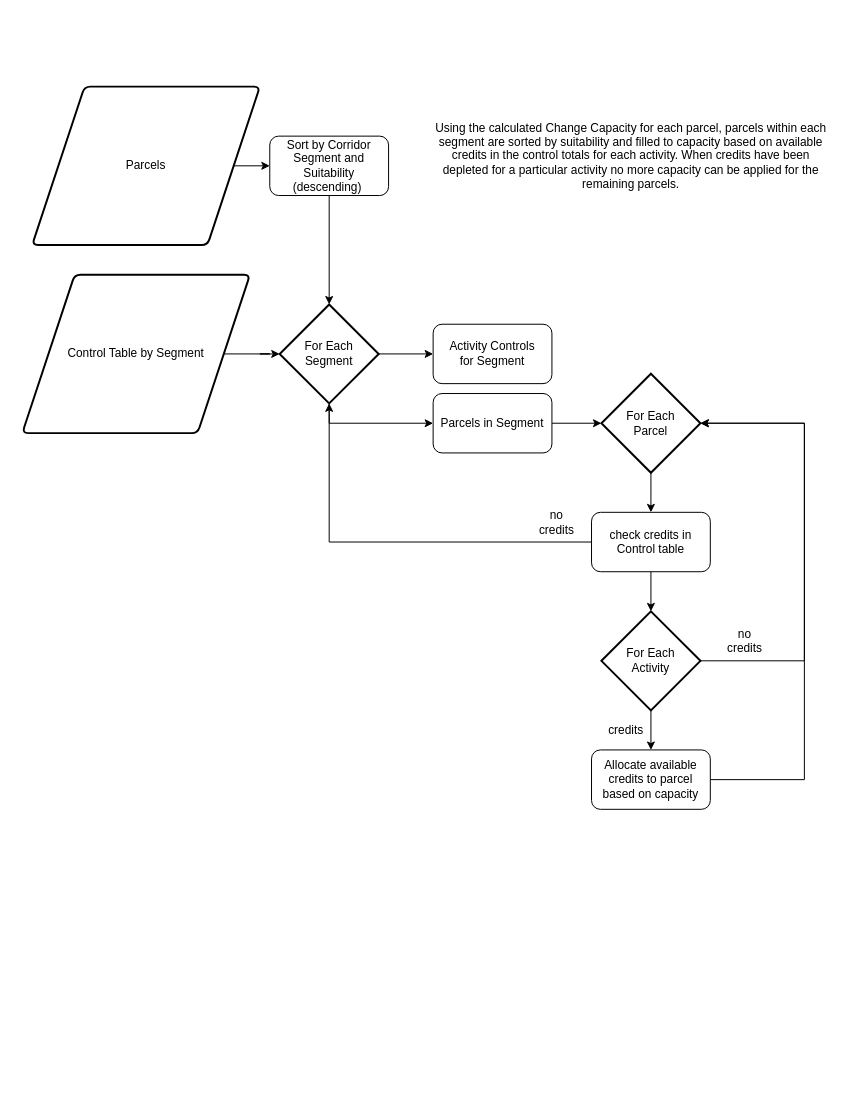
Earlier version of the draw.io diagram page "Allocation" (4 of 4) of AllocationProcess.drawio (renaissanceplanning/LCBRT_TOD). Source tidied: cells renumbered, new cells numbered last; positions are measured from the earlier drawing's top-left corner, leaving out a move shared by most shapes. Both pictures are drawn from the tidied source at 99%, with x=0, y=0 at pixel (22, 86).
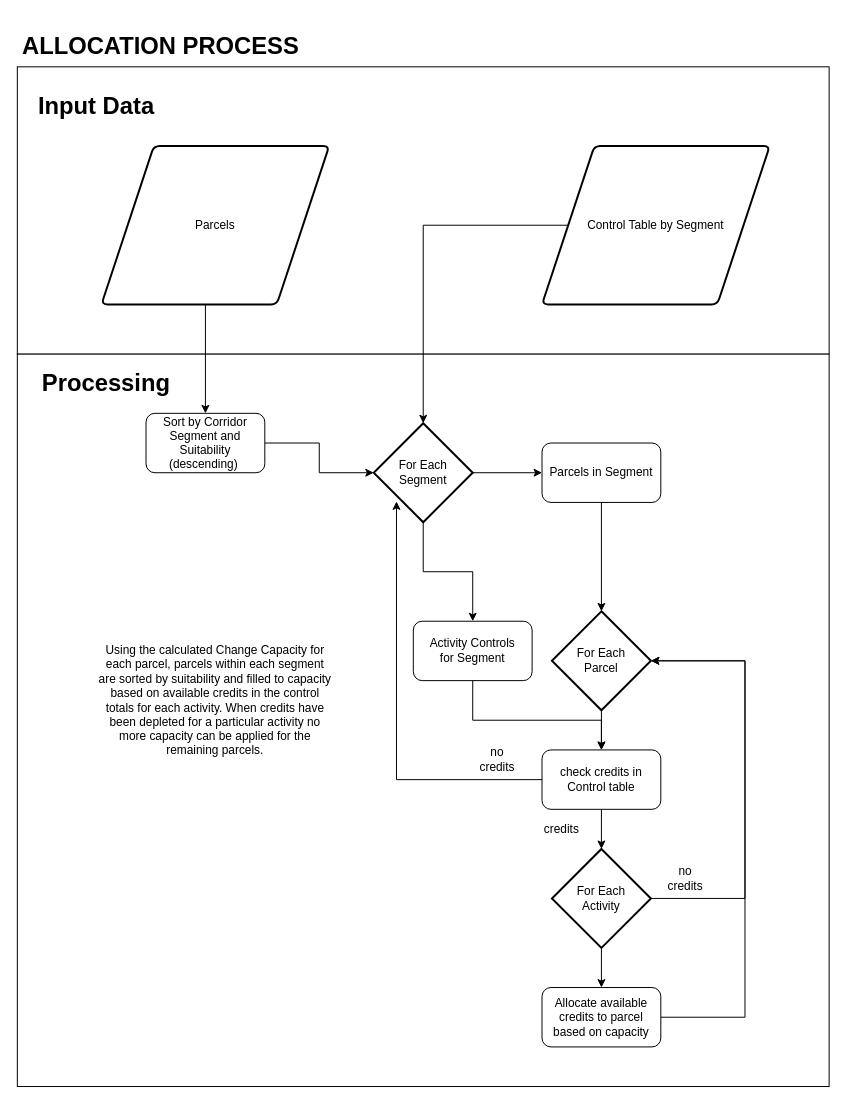
After the change.

Change to the diagram source:
```diff
@@
+    <mxCell id="28" style="rounded=0;whiteSpace=wrap;html=1;" parent="1" vertex="1">
+      <mxGeometry x="-5" y="270" width="820" height="740" as="geometry" />
+    </mxCell>
+    <mxCell id="29" style="rounded=0;whiteSpace=wrap;html=1;" parent="1" vertex="1">
+      <mxGeometry x="-5" y="-20" width="820" height="290" as="geometry" />
+    </mxCell>
+    <mxCell id="30" value="&lt;h1&gt;Input Data&lt;/h1&gt;" style="text;html=1;strokeColor=none;fillColor=none;align=center;verticalAlign=middle;whiteSpace=wrap;rounded=0;" parent="1" vertex="1">
+      <mxGeometry x="-5" y="10" width="160" height="20" as="geometry" />
+    </mxCell>
-    <mxCell id="2" style="edgeStyle=orthogonalEdgeStyle;rounded=0;jettySize=auto;html=1;exitX=1;exitY=0.5;exitDx=0;exitDy=0;entryX=0;entryY=0.5;entryDx=0;entryDy=0;" parent="1" edge="1" source="3" target="8">
-      <mxGeometry relative="1" as="geometry" />
+    <mxCell id="2" style="edgeStyle=orthogonalEdgeStyle;rounded=0;jettySize=auto;html=1;entryX=0.5;entryY=0;entryDx=0;entryDy=0;" parent="1" edge="1" source="3" target="8">
+      <mxGeometry relative="1" as="geometry">
+        <Array as="points">
+          <mxPoint x="185" y="200" />
+          <mxPoint x="185" y="200" />
+        </Array>
+      </mxGeometry>
     </mxCell>
     <mxCell id="3" value="Parcels" style="shape=parallelogram;html=1;strokeWidth=2;perimeter=parallelogramPerimeter;whiteSpace=wrap;rounded=1;arcSize=12;size=0.23;" parent="1" vertex="1">
-      <mxGeometry x="10" width="230" height="160" as="geometry" />
+      <mxGeometry x="80" y="60" width="230" height="160" as="geometry" />
     </mxCell>
-    <mxCell id="4" style="edgeStyle=orthogonalEdgeStyle;rounded=0;jettySize=auto;html=1;exitX=1;exitY=0.5;exitDx=0;exitDy=0;entryX=0;entryY=0.5;entryDx=0;entryDy=0;entryPerimeter=0;" parent="1" edge="1" source="5" target="11">
+    <mxCell id="4" style="edgeStyle=orthogonalEdgeStyle;rounded=0;jettySize=auto;html=1;" parent="1" edge="1" source="5" target="11">
       <mxGeometry relative="1" as="geometry" />
     </mxCell>
     <mxCell id="5" value="Control Table by Segment" style="shape=parallelogram;html=1;strokeWidth=2;perimeter=parallelogramPerimeter;whiteSpace=wrap;rounded=1;arcSize=12;size=0.23;" parent="1" vertex="1">
-      <mxGeometry y="190" width="230" height="160" as="geometry" />
+      <mxGeometry x="525" y="60" width="230" height="160" as="geometry" />
     </mxCell>
     <mxCell id="6" value="Using the calculated Change Capacity for each parcel, parcels within each segment are sorted by suitability and filled to capacity based on available credits in the control totals for each activity. When credits have been depleted for a particular activity no more capacity can be applied for the remaining parcels." style="text;html=1;strokeColor=none;fillColor=none;align=center;verticalAlign=middle;whiteSpace=wrap;rounded=0;" parent="1" vertex="1">
-      <mxGeometry x="410" width="410" height="140" as="geometry" />
+      <mxGeometry x="75" y="510" width="240" height="220" as="geometry" />
     </mxCell>
@@
     <mxCell id="8" value="Sort by Corridor Segment and Suitability (descending)&amp;nbsp;" style="rounded=1;whiteSpace=wrap;html=1;" parent="1" vertex="1">
-      <mxGeometry x="250" y="50" width="120" height="60" as="geometry" />
+      <mxGeometry x="125" y="330" width="120" height="60" as="geometry" />
     </mxCell>
@@
-    <mxCell id="10" style="edgeStyle=orthogonalEdgeStyle;rounded=0;jettySize=auto;html=1;exitX=0.5;exitY=1;exitDx=0;exitDy=0;exitPerimeter=0;" parent="1" edge="1" source="11" target="14">
+    <mxCell id="10" style="edgeStyle=orthogonalEdgeStyle;rounded=0;jettySize=auto;html=1;exitX=1;exitY=0.5;exitDx=0;exitDy=0;exitPerimeter=0;entryX=0;entryY=0.5;entryDx=0;entryDy=0;" parent="1" edge="1" source="11" target="14">
       <mxGeometry relative="1" as="geometry" />
     </mxCell>
     <mxCell id="11" value="For Each Segment" style="strokeWidth=2;html=1;shape=mxgraph.flowchart.decision;whiteSpace=wrap;" parent="1" vertex="1">
-      <mxGeometry x="260" y="220" width="100" height="100" as="geometry" />
+      <mxGeometry x="355" y="340" width="100" height="100" as="geometry" />
     </mxCell>
+    <mxCell id="31" style="edgeStyle=orthogonalEdgeStyle;rounded=0;jettySize=auto;html=1;entryX=0.5;entryY=0;entryDx=0;entryDy=0;exitX=0.5;exitY=1;exitDx=0;exitDy=0;" parent="1" edge="1" source="12" target="20">
+      <mxGeometry relative="1" as="geometry">
+        <Array as="points">
+          <mxPoint x="455" y="640" />
+          <mxPoint x="585" y="640" />
+        </Array>
+      </mxGeometry>
+    </mxCell>
     <mxCell id="12" value="Activity Controls&lt;br&gt;for Segment" style="rounded=1;whiteSpace=wrap;html=1;" parent="1" vertex="1">
-      <mxGeometry x="415" y="240" width="120" height="60" as="geometry" />
+      <mxGeometry x="395" y="540" width="120" height="60" as="geometry" />
     </mxCell>
-    <mxCell id="13" style="edgeStyle=orthogonalEdgeStyle;rounded=0;jettySize=auto;html=1;exitX=1;exitY=0.5;exitDx=0;exitDy=0;entryX=0;entryY=0.5;entryDx=0;entryDy=0;entryPerimeter=0;" parent="1" edge="1" source="14" target="16">
+    <mxCell id="13" style="edgeStyle=orthogonalEdgeStyle;rounded=0;jettySize=auto;html=1;exitX=0.5;exitY=1;exitDx=0;exitDy=0;" parent="1" edge="1" source="14" target="16">
       <mxGeometry relative="1" as="geometry" />
     </mxCell>
     <mxCell id="14" value="Parcels in Segment" style="rounded=1;whiteSpace=wrap;html=1;" parent="1" vertex="1">
-      <mxGeometry x="415" y="310" width="120" height="60" as="geometry" />
+      <mxGeometry x="525" y="360" width="120" height="60" as="geometry" />
     </mxCell>
@@
     <mxCell id="16" value="For Each&lt;br&gt;Parcel" style="strokeWidth=2;html=1;shape=mxgraph.flowchart.decision;whiteSpace=wrap;" parent="1" vertex="1">
-      <mxGeometry x="585" y="290" width="100" height="100" as="geometry" />
+      <mxGeometry x="535" y="530" width="100" height="100" as="geometry" />
     </mxCell>
@@
-    <mxCell id="18" style="edgeStyle=orthogonalEdgeStyle;rounded=0;jettySize=auto;html=1;" parent="1" edge="1" source="20" target="11">
+    <mxCell id="18" style="edgeStyle=orthogonalEdgeStyle;rounded=0;jettySize=auto;html=1;entryX=0.23;entryY=0.79;entryDx=0;entryDy=0;entryPerimeter=0;" parent="1" edge="1" source="20" target="11">
       <mxGeometry relative="1" as="geometry" />
     </mxCell>
@@
     <mxCell id="20" value="check credits in Control table" style="rounded=1;whiteSpace=wrap;html=1;" parent="1" vertex="1">
-      <mxGeometry x="575" y="430" width="120" height="60" as="geometry" />
+      <mxGeometry x="525" y="670" width="120" height="60" as="geometry" />
     </mxCell>
     <mxCell id="21" style="edgeStyle=orthogonalEdgeStyle;rounded=0;jettySize=auto;html=1;exitX=1;exitY=0.5;exitDx=0;exitDy=0;entryX=1;entryY=0.5;entryDx=0;entryDy=0;entryPerimeter=0;" parent="1" edge="1" source="22" target="16">
       <mxGeometry relative="1" as="geometry">
         <Array as="points">
-          <mxPoint x="790" y="700" />
-          <mxPoint x="790" y="340" />
+          <mxPoint x="730" y="940" />
+          <mxPoint x="730" y="580" />
         </Array>
       </mxGeometry>
     </mxCell>
     <mxCell id="22" value="Allocate available credits to parcel based on capacity" style="rounded=1;whiteSpace=wrap;html=1;" parent="1" vertex="1">
-      <mxGeometry x="575" y="670" width="120" height="60" as="geometry" />
+      <mxGeometry x="525" y="910" width="120" height="60" as="geometry" />
     </mxCell>
     <mxCell id="23" value="credits" style="text;html=1;strokeColor=none;fillColor=none;align=center;verticalAlign=middle;whiteSpace=wrap;rounded=0;" parent="1" vertex="1">
-      <mxGeometry x="590" y="640" width="40" height="20" as="geometry" />
+      <mxGeometry x="525" y="740" width="40" height="20" as="geometry" />
     </mxCell>
     <mxCell id="24" value="no credits" style="text;html=1;strokeColor=none;fillColor=none;align=center;verticalAlign=middle;whiteSpace=wrap;rounded=0;" parent="1" vertex="1">
-      <mxGeometry x="520" y="430" width="40" height="20" as="geometry" />
+      <mxGeometry x="460" y="670" width="40" height="20" as="geometry" />
     </mxCell>
     <mxCell id="25" style="edgeStyle=orthogonalEdgeStyle;rounded=0;jettySize=auto;html=1;exitX=1;exitY=0.5;exitDx=0;exitDy=0;exitPerimeter=0;entryX=1;entryY=0.5;entryDx=0;entryDy=0;entryPerimeter=0;" parent="1" edge="1" source="26" target="16">
       <mxGeometry relative="1" as="geometry">
         <Array as="points">
-          <mxPoint x="790" y="580" />
-          <mxPoint x="790" y="340" />
+          <mxPoint x="730" y="820" />
+          <mxPoint x="730" y="580" />
         </Array>
       </mxGeometry>
     </mxCell>
     <mxCell id="26" value="For Each&lt;br&gt;Activity" style="strokeWidth=2;html=1;shape=mxgraph.flowchart.decision;whiteSpace=wrap;" parent="1" vertex="1">
-      <mxGeometry x="585" y="530" width="100" height="100" as="geometry" />
+      <mxGeometry x="535" y="770" width="100" height="100" as="geometry" />
     </mxCell>
     <mxCell id="27" value="no credits" style="text;html=1;strokeColor=none;fillColor=none;align=center;verticalAlign=middle;whiteSpace=wrap;rounded=0;" parent="1" vertex="1">
-      <mxGeometry x="710" y="550" width="40" height="20" as="geometry" />
+      <mxGeometry x="650" y="790" width="40" height="20" as="geometry" />
     </mxCell>
+    <mxCell id="32" value="&lt;h1&gt;Processing&lt;/h1&gt;" style="text;html=1;strokeColor=none;fillColor=none;align=center;verticalAlign=middle;whiteSpace=wrap;rounded=0;" parent="1" vertex="1">
+      <mxGeometry x="5" y="290" width="160" height="20" as="geometry" />
+    </mxCell>
+    <mxCell id="33" value="&lt;h1&gt;ALLOCATION PROCESS&lt;/h1&gt;" style="text;html=1;strokeColor=none;fillColor=none;align=center;verticalAlign=middle;whiteSpace=wrap;rounded=0;" parent="1" vertex="1">
+      <mxGeometry x="-5" y="-50" width="290" height="20" as="geometry" />
+    </mxCell>
```
